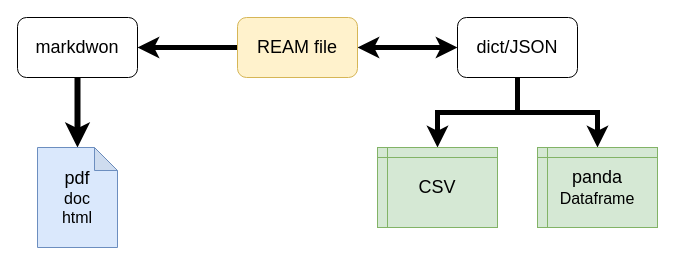
The draw.io diagram diagram.drawio in chmlee/YAMD, before the edit. Source tidied: cells renumbered, new cells numbered last; positions are measured from the earlier drawing's top-left corner, leaving out a move shared by most shapes. Both pictures are drawn from the tidied source at 100%, with x=0, y=0 at pixel (17, 17).
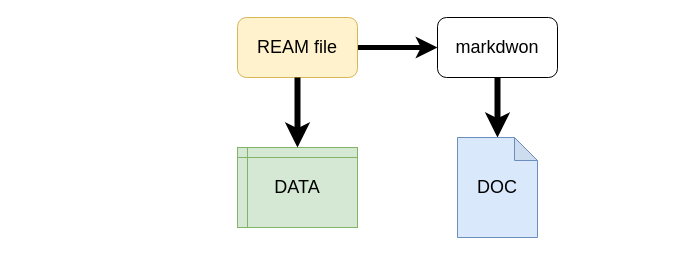
The same page after the edit.

The edit, as a diff of the source:
```diff
@@
 <mxGraphModel>
   <root>
     <mxCell id="0" />
     <mxCell id="1" parent="0" />
     <mxCell id="2" style="edgeStyle=orthogonalEdgeStyle;rounded=0;jettySize=auto;html=1;strokeWidth=5;" parent="1" edge="1" source="4" target="6">
       <mxGeometry relative="1" as="geometry" />
     </mxCell>
-    <mxCell id="3" style="edgeStyle=orthogonalEdgeStyle;rounded=0;jettySize=auto;html=1;entryX=0;entryY=0.5;entryDx=0;entryDy=0;startArrow=classic;startFill=1;strokeWidth=5;" parent="1" edge="1" source="4" target="7">
-      <mxGeometry relative="1" as="geometry" />
-    </mxCell>
     <mxCell id="4" value="&lt;font style=&quot;font-size: 18px&quot;&gt;REAM file&lt;/font&gt;" style="rounded=1;whiteSpace=wrap;html=1;fillColor=#fff2cc;strokeColor=#d6b656;" parent="1" vertex="1">
       <mxGeometry x="220" width="120" height="60" as="geometry" />
     </mxCell>
     <mxCell id="5" style="edgeStyle=orthogonalEdgeStyle;rounded=0;jettySize=auto;html=1;strokeWidth=6;" parent="1" edge="1" source="6" target="12">
       <mxGeometry relative="1" as="geometry" />
     </mxCell>
     <mxCell id="6" value="&lt;font style=&quot;font-size: 18px&quot;&gt;markdwon&lt;/font&gt;" style="rounded=1;whiteSpace=wrap;html=1;" parent="1" vertex="1">
-      <mxGeometry width="120" height="60" as="geometry" />
+      <mxGeometry x="420" width="120" height="60" as="geometry" />
     </mxCell>
-    <mxCell id="7" value="&lt;font style=&quot;font-size: 18px&quot;&gt;dict/JSON&lt;/font&gt;" style="rounded=1;whiteSpace=wrap;html=1;" parent="1" vertex="1">
-      <mxGeometry x="440" width="120" height="60" as="geometry" />
-    </mxCell>
-    <mxCell id="8" style="edgeStyle=orthogonalEdgeStyle;rounded=0;jettySize=auto;html=1;entryX=0.5;entryY=1;entryDx=0;entryDy=0;startArrow=classic;startFill=1;strokeWidth=5;endArrow=none;endFill=0;" parent="1" edge="1" source="9" target="7">
-      <mxGeometry relative="1" as="geometry" />
-    </mxCell>
-    <mxCell id="9" value="&lt;font style=&quot;font-size: 18px&quot;&gt;CSV&lt;/font&gt;" style="shape=internalStorage;whiteSpace=wrap;html=1;backgroundOutline=1;dx=10;dy=10;fillColor=#d5e8d4;strokeColor=#82b366;" parent="1" vertex="1">
-      <mxGeometry x="360" y="130" width="120" height="80" as="geometry" />
+    <mxCell id="9" value="&lt;font style=&quot;font-size: 18px&quot;&gt;DATA&lt;/font&gt;" style="shape=internalStorage;whiteSpace=wrap;html=1;backgroundOutline=1;dx=10;dy=10;fillColor=#d5e8d4;strokeColor=#82b366;" parent="1" vertex="1">
+      <mxGeometry x="220" y="130" width="120" height="80" as="geometry" />
     </mxCell>
-    <mxCell id="10" style="edgeStyle=orthogonalEdgeStyle;rounded=0;jettySize=auto;html=1;entryX=0.5;entryY=1;entryDx=0;entryDy=0;startArrow=classic;startFill=1;strokeWidth=5;endArrow=none;endFill=0;" parent="1" edge="1" source="11" target="7">
-      <mxGeometry relative="1" as="geometry" />
-    </mxCell>
-    <mxCell id="11" value="&lt;div&gt;&lt;font style=&quot;font-size: 18px&quot;&gt;panda&lt;/font&gt;&lt;/div&gt;&lt;div&gt;&lt;font size=&quot;3&quot;&gt;Dataframe&lt;/font&gt;&lt;br&gt;&lt;/div&gt;" style="shape=internalStorage;whiteSpace=wrap;html=1;backgroundOutline=1;dx=10;dy=10;fillColor=#d5e8d4;strokeColor=#82b366;" parent="1" vertex="1">
-      <mxGeometry x="520" y="130" width="120" height="80" as="geometry" />
-    </mxCell>
-    <mxCell id="12" value="&lt;div&gt;&lt;font style=&quot;font-size: 18px&quot;&gt;pdf&lt;/font&gt;&lt;/div&gt;&lt;div&gt;&lt;font size=&quot;3&quot;&gt;doc&lt;/font&gt;&lt;/div&gt;&lt;div&gt;&lt;font size=&quot;3&quot;&gt;html&lt;br&gt;&lt;/font&gt;&lt;/div&gt;" style="shape=note;whiteSpace=wrap;html=1;backgroundOutline=1;darkOpacity=0.05;size=23;fillColor=#dae8fc;strokeColor=#6c8ebf;" parent="1" vertex="1">
-      <mxGeometry x="20" y="130" width="80" height="100" as="geometry" />
+    <mxCell id="12" value="&lt;font style=&quot;font-size: 18px&quot;&gt;DOC&lt;/font&gt;" style="shape=note;whiteSpace=wrap;html=1;backgroundOutline=1;darkOpacity=0.05;size=23;fillColor=#dae8fc;strokeColor=#6c8ebf;" parent="1" vertex="1">
+      <mxGeometry x="440" y="120" width="80" height="100" as="geometry" />
     </mxCell>
+    <mxCell id="13" style="edgeStyle=orthogonalEdgeStyle;rounded=0;jettySize=auto;html=1;strokeWidth=6;exitX=0.5;exitY=1;exitDx=0;exitDy=0;entryX=0.5;entryY=0;entryDx=0;entryDy=0;" parent="1" edge="1" source="4" target="9">
+      <mxGeometry relative="1" as="geometry" />
+    </mxCell>
   </root>
 </mxGraphModel>
```
